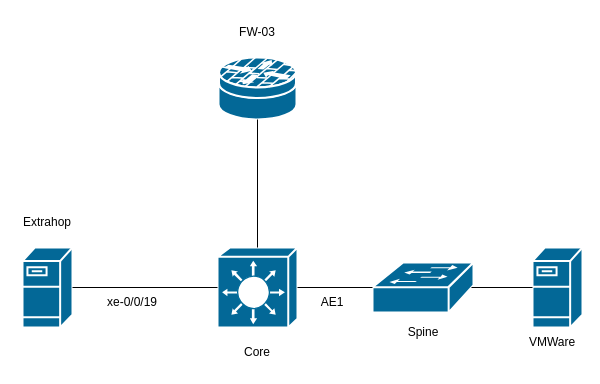
This is page "HQ_As_Is" (1 of 2) of Extrahop_SPAN.drawio from adamrt918/Diagram, a draw.io file, before an edit. Source tidied: cells renumbered, new cells numbered last; positions are measured from the earlier drawing's top-left corner, leaving out a move shared by most shapes. Both pictures are drawn from the tidied source at 100%, with x=0, y=0 at pixel (17, 17).
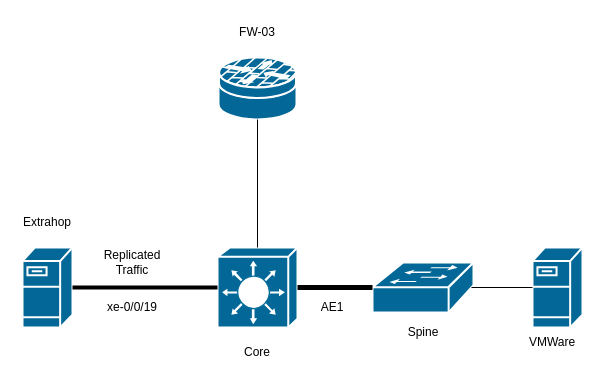
The same diagram, later.

What changed in the source:
```diff
@@
 <mxGraphModel>
   <root>
     <mxCell id="0" />
     <mxCell id="1" parent="0" />
     <mxCell id="2" style="shape=mxgraph.cisco.security.router_firewall;sketch=0;html=1;dashed=0;fillColor=#036897;strokeColor=#ffffff;strokeWidth=2;verticalLabelPosition=bottom;verticalAlign=top;align=center;outlineConnect=0;" parent="1" vertex="1">
       <mxGeometry x="201" y="40" width="78" height="62" as="geometry" />
     </mxCell>
     <mxCell id="3" style="shape=mxgraph.cisco.switches.layer_3_switch;sketch=0;html=1;dashed=0;fillColor=#036897;strokeColor=#ffffff;strokeWidth=2;verticalLabelPosition=bottom;verticalAlign=top;align=center;outlineConnect=0;" parent="1" vertex="1">
       <mxGeometry x="200" y="230" width="80" height="80" as="geometry" />
     </mxCell>
     <mxCell id="4" style="shape=mxgraph.cisco.servers.fileserver;sketch=0;html=1;dashed=0;fillColor=#036897;strokeColor=#ffffff;strokeWidth=2;verticalLabelPosition=bottom;verticalAlign=top;align=center;outlineConnect=0;" parent="1" vertex="1">
       <mxGeometry x="5" y="230" width="50" height="80" as="geometry" />
     </mxCell>
     <mxCell id="5" style="shape=mxgraph.cisco.servers.fileserver;sketch=0;html=1;dashed=0;fillColor=#036897;strokeColor=#ffffff;strokeWidth=2;verticalLabelPosition=bottom;verticalAlign=top;align=center;outlineConnect=0;" parent="1" vertex="1">
       <mxGeometry x="515" y="230" width="50" height="80" as="geometry" />
     </mxCell>
     <mxCell id="6" style="shape=mxgraph.cisco.switches.workgroup_switch;sketch=0;html=1;dashed=0;fillColor=#036897;strokeColor=#ffffff;strokeWidth=2;verticalLabelPosition=bottom;verticalAlign=top;align=center;outlineConnect=0;" parent="1" vertex="1">
       <mxGeometry x="355" y="245" width="101" height="50" as="geometry" />
     </mxCell>
     <mxCell id="7" style="endArrow=none;html=1;rounded=0;entryX=0.5;entryY=1;entryDx=0;entryDy=0;entryPerimeter=0;exitX=0.5;exitY=0;exitDx=0;exitDy=0;exitPerimeter=0;" parent="1" edge="1" source="3" target="2">
       <mxGeometry relative="1" as="geometry" />
     </mxCell>
-    <mxCell id="8" style="endArrow=none;html=1;rounded=0;entryX=0;entryY=0.5;entryDx=0;entryDy=0;entryPerimeter=0;exitX=1;exitY=0.5;exitDx=0;exitDy=0;exitPerimeter=0;" parent="1" edge="1" source="3" target="6">
+    <mxCell id="8" style="endArrow=none;html=1;rounded=0;entryX=0;entryY=0.5;entryDx=0;entryDy=0;entryPerimeter=0;exitX=1;exitY=0.5;exitDx=0;exitDy=0;exitPerimeter=0;startSize=6;strokeWidth=5;strokeColor=light-dark(#000000,#FFFF99);" parent="1" edge="1" source="3" target="6">
       <mxGeometry relative="1" as="geometry" />
     </mxCell>
     <mxCell id="9" style="endArrow=none;html=1;rounded=0;entryX=0;entryY=0.5;entryDx=0;entryDy=0;entryPerimeter=0;exitX=0.98;exitY=0.5;exitDx=0;exitDy=0;exitPerimeter=0;" parent="1" edge="1" source="6" target="5">
       <mxGeometry relative="1" as="geometry" />
     </mxCell>
-    <mxCell id="10" style="endArrow=none;html=1;rounded=0;exitX=1;exitY=0.5;exitDx=0;exitDy=0;exitPerimeter=0;entryX=0;entryY=0.5;entryDx=0;entryDy=0;entryPerimeter=0;" parent="1" edge="1" source="4" target="3">
+    <mxCell id="10" style="endArrow=none;html=1;rounded=0;exitX=1;exitY=0.5;exitDx=0;exitDy=0;exitPerimeter=0;entryX=0;entryY=0.5;entryDx=0;entryDy=0;entryPerimeter=0;strokeWidth=4;strokeColor=light-dark(#000000,#FFFF99);" parent="1" edge="1" source="4" target="3">
       <mxGeometry relative="1" as="geometry" />
     </mxCell>
     <mxCell id="11" value="Core" style="text;html=1;whiteSpace=wrap;strokeColor=none;fillColor=none;align=center;verticalAlign=middle;rounded=0;" parent="1" vertex="1">
       <mxGeometry x="210" y="320" width="60" height="30" as="geometry" />
     </mxCell>
     <mxCell id="12" value="FW-03" style="text;html=1;whiteSpace=wrap;strokeColor=none;fillColor=none;align=center;verticalAlign=middle;rounded=0;" parent="1" vertex="1">
       <mxGeometry x="210" width="60" height="30" as="geometry" />
     </mxCell>
     <mxCell id="13" value="Spine" style="text;html=1;align=center;verticalAlign=middle;whiteSpace=wrap;rounded=0;" parent="1" vertex="1">
       <mxGeometry x="375.5" y="300" width="60" height="30" as="geometry" />
     </mxCell>
     <mxCell id="14" value="Extrahop" style="text;html=1;align=center;verticalAlign=middle;whiteSpace=wrap;rounded=0;" parent="1" vertex="1">
       <mxGeometry y="190" width="60" height="30" as="geometry" />
     </mxCell>
     <mxCell id="15" value="AE1" style="text;html=1;align=center;verticalAlign=middle;whiteSpace=wrap;rounded=0;" parent="1" vertex="1">
-      <mxGeometry x="285" y="270" width="60" height="30" as="geometry" />
+      <mxGeometry x="285" y="280" width="60" height="20" as="geometry" />
     </mxCell>
     <mxCell id="16" value="xe-0/0/19" style="text;html=1;align=center;verticalAlign=middle;whiteSpace=wrap;rounded=0;" parent="1" vertex="1">
-      <mxGeometry x="85" y="270" width="60" height="30" as="geometry" />
+      <mxGeometry x="85" y="280" width="60" height="20" as="geometry" />
     </mxCell>
     <mxCell id="17" value="VMWare" style="text;html=1;whiteSpace=wrap;strokeColor=none;fillColor=none;align=center;verticalAlign=middle;rounded=0;" parent="1" vertex="1">
       <mxGeometry x="505" y="310" width="60" height="30" as="geometry" />
     </mxCell>
+    <mxCell id="18" value="Replicated Traffic" style="text;html=1;whiteSpace=wrap;strokeColor=none;fillColor=none;align=center;verticalAlign=middle;rounded=0;" parent="1" vertex="1">
+      <mxGeometry x="85" y="230" width="60" height="30" as="geometry" />
+    </mxCell>
   </root>
 </mxGraphModel>
```
